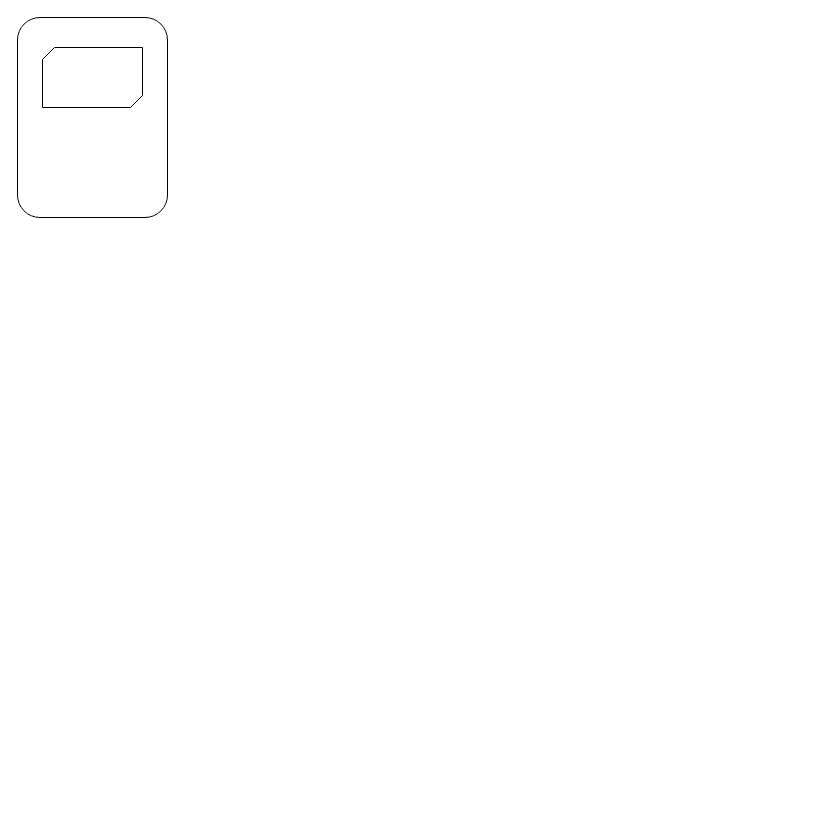
ChangHyun2/react-state-management keeps this draw.io diagram as Untitled Diagram.drawio. Above is the earlier version. Source tidied: cells renumbered, new cells numbered last; positions are measured from the earlier drawing's top-left corner, leaving out a move shared by most shapes. Both pictures are drawn from the tidied source at 100%, with x=0, y=0 at pixel (17, 17).
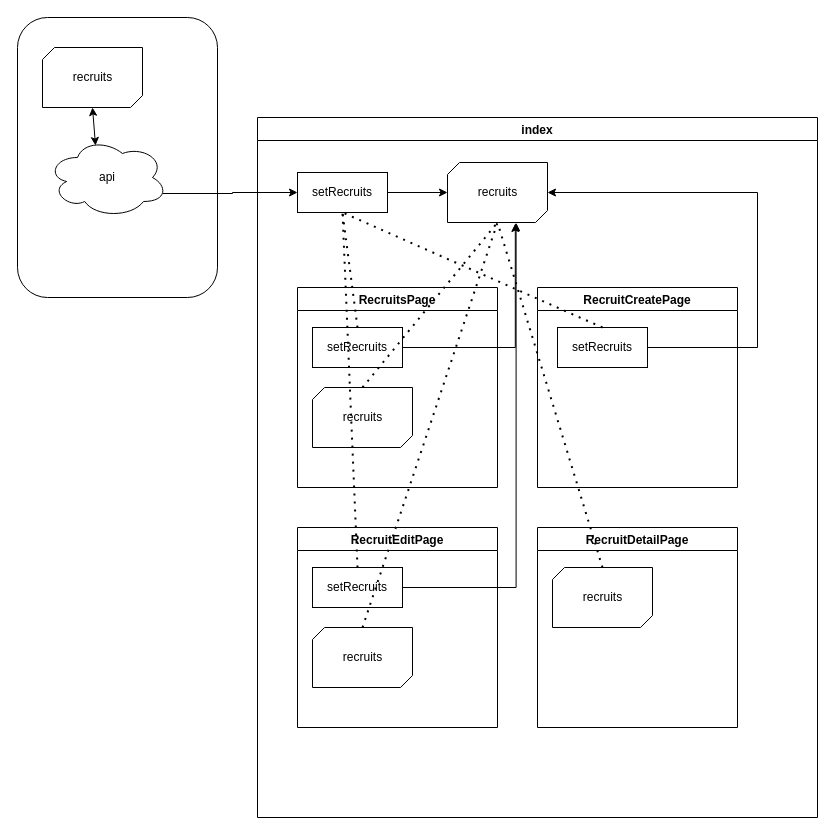
The same diagram, later.

Commit message:
prop drilling

Unchanged cells that the change refers to:
```xml
<mxCell id="3" style="verticalLabelPosition=bottom;verticalAlign=top;html=1;shape=mxgraph.basic.diag_snip_rect;dx=6;" parent="1" vertex="1">
  <mxGeometry x="25" y="30" width="100" height="60" as="geometry" />
</mxCell>
```

The edit, as a diff of the source:
```diff
@@
     <mxCell id="2" style="rounded=1;whiteSpace=wrap;html=1;" parent="1" vertex="1">
-      <mxGeometry width="150" height="200" as="geometry" />
+      <mxGeometry width="200" height="280" as="geometry" />
     </mxCell>
@@
+    <mxCell id="4" style="edgeStyle=orthogonalEdgeStyle;rounded=0;jettySize=auto;html=1;exitX=0.96;exitY=0.7;exitDx=0;exitDy=0;exitPerimeter=0;entryX=0;entryY=0.5;entryDx=0;entryDy=0;" parent="1" edge="1" source="5" target="10">
+      <mxGeometry relative="1" as="geometry" />
+    </mxCell>
+    <mxCell id="5" value="api" style="ellipse;shape=cloud;whiteSpace=wrap;html=1;" parent="1" vertex="1">
+      <mxGeometry x="30" y="120" width="120" height="80" as="geometry" />
+    </mxCell>
+    <mxCell id="6" value="recruits" style="text;html=1;align=center;verticalAlign=middle;strokeColor=none;fillColor=none;" parent="1" vertex="1">
+      <mxGeometry x="50" y="50" width="50" height="20" as="geometry" />
+    </mxCell>
+    <mxCell id="7" style="endArrow=classic;startArrow=classic;html=1;rounded=0;entryX=0.5;entryY=1;entryDx=0;entryDy=0;entryPerimeter=0;exitX=0.4;exitY=0.1;exitDx=0;exitDy=0;exitPerimeter=0;" parent="1" edge="1" source="5" target="3">
+      <mxGeometry relative="1" as="geometry" />
+    </mxCell>
+    <mxCell id="8" value="index" style="swimlane;" parent="1" vertex="1">
+      <mxGeometry x="240" y="100" width="560" height="700" as="geometry" />
+    </mxCell>
+    <mxCell id="9" style="verticalLabelPosition=bottom;verticalAlign=top;html=1;shape=mxgraph.basic.diag_snip_rect;dx=6;" parent="8" vertex="1">
+      <mxGeometry x="190" y="45" width="100" height="60" as="geometry" />
+    </mxCell>
+    <mxCell id="10" value="setRecruits" style="rounded=0;whiteSpace=wrap;html=1;" parent="8" vertex="1">
+      <mxGeometry x="40" y="55" width="90" height="40" as="geometry" />
+    </mxCell>
+    <mxCell id="11" value="recruits" style="text;html=1;align=center;verticalAlign=middle;strokeColor=none;fillColor=none;" parent="8" vertex="1">
+      <mxGeometry x="215" y="65" width="50" height="20" as="geometry" />
+    </mxCell>
+    <mxCell id="12" style="edgeStyle=orthogonalEdgeStyle;rounded=0;jettySize=auto;html=1;" parent="8" edge="1" source="10" target="9">
+      <mxGeometry relative="1" as="geometry" />
+    </mxCell>
+    <mxCell id="13" value="RecruitsPage" style="swimlane;" parent="8" vertex="1">
+      <mxGeometry x="40" y="170" width="200" height="200" as="geometry" />
+    </mxCell>
+    <mxCell id="14" value="setRecruits" style="rounded=0;whiteSpace=wrap;html=1;" parent="13" vertex="1">
+      <mxGeometry x="15" y="40" width="90" height="40" as="geometry" />
+    </mxCell>
+    <mxCell id="15" style="verticalLabelPosition=bottom;verticalAlign=top;html=1;shape=mxgraph.basic.diag_snip_rect;dx=6;" parent="13" vertex="1">
+      <mxGeometry x="15" y="100" width="100" height="60" as="geometry" />
+    </mxCell>
+    <mxCell id="16" value="recruits" style="text;html=1;align=center;verticalAlign=middle;strokeColor=none;fillColor=none;" parent="13" vertex="1">
+      <mxGeometry x="40" y="120" width="50" height="20" as="geometry" />
+    </mxCell>
+    <mxCell id="17" value="RecruitCreatePage" style="swimlane;" parent="8" vertex="1">
+      <mxGeometry x="280" y="170" width="200" height="200" as="geometry" />
+    </mxCell>
+    <mxCell id="18" value="setRecruits" style="rounded=0;whiteSpace=wrap;html=1;" parent="17" vertex="1">
+      <mxGeometry x="20" y="40" width="90" height="40" as="geometry" />
+    </mxCell>
+    <mxCell id="19" value="RecruitEditPage" style="swimlane;" parent="8" vertex="1">
+      <mxGeometry x="40" y="410" width="200" height="200" as="geometry" />
+    </mxCell>
+    <mxCell id="20" value="setRecruits" style="rounded=0;whiteSpace=wrap;html=1;" parent="19" vertex="1">
+      <mxGeometry x="15" y="40" width="90" height="40" as="geometry" />
+    </mxCell>
+    <mxCell id="21" style="verticalLabelPosition=bottom;verticalAlign=top;html=1;shape=mxgraph.basic.diag_snip_rect;dx=6;" parent="19" vertex="1">
+      <mxGeometry x="15" y="100" width="100" height="60" as="geometry" />
+    </mxCell>
+    <mxCell id="22" value="recruits" style="text;html=1;align=center;verticalAlign=middle;strokeColor=none;fillColor=none;" parent="19" vertex="1">
+      <mxGeometry x="40" y="120" width="50" height="20" as="geometry" />
+    </mxCell>
+    <mxCell id="23" value="RecruitDetailPage" style="swimlane;" parent="8" vertex="1">
+      <mxGeometry x="280" y="410" width="200" height="200" as="geometry" />
+    </mxCell>
+    <mxCell id="24" style="verticalLabelPosition=bottom;verticalAlign=top;html=1;shape=mxgraph.basic.diag_snip_rect;dx=6;" parent="23" vertex="1">
+      <mxGeometry x="15" y="40" width="100" height="60" as="geometry" />
+    </mxCell>
+    <mxCell id="25" value="recruits" style="text;html=1;align=center;verticalAlign=middle;strokeColor=none;fillColor=none;" parent="23" vertex="1">
+      <mxGeometry x="40" y="60" width="50" height="20" as="geometry" />
+    </mxCell>
+    <mxCell id="26" style="edgeStyle=orthogonalEdgeStyle;rounded=0;jettySize=auto;html=1;exitX=1;exitY=0.5;exitDx=0;exitDy=0;entryX=0.678;entryY=1.017;entryDx=0;entryDy=0;entryPerimeter=0;" parent="8" edge="1" source="14" target="9">
+      <mxGeometry relative="1" as="geometry" />
+    </mxCell>
+    <mxCell id="27" style="edgeStyle=orthogonalEdgeStyle;rounded=0;jettySize=auto;html=1;exitX=1;exitY=0.5;exitDx=0;exitDy=0;entryX=1;entryY=0.5;entryDx=0;entryDy=0;entryPerimeter=0;" parent="8" edge="1" source="18" target="9">
+      <mxGeometry relative="1" as="geometry">
+        <Array as="points">
+          <mxPoint x="500" y="230" />
+          <mxPoint x="500" y="75" />
+        </Array>
+      </mxGeometry>
+    </mxCell>
+    <mxCell id="28" style="edgeStyle=orthogonalEdgeStyle;rounded=0;jettySize=auto;html=1;exitX=1;exitY=0.5;exitDx=0;exitDy=0;entryX=0.686;entryY=1.003;entryDx=0;entryDy=0;entryPerimeter=0;" parent="8" edge="1" source="20" target="9">
+      <mxGeometry relative="1" as="geometry" />
+    </mxCell>
+    <mxCell id="29" style="endArrow=none;dashed=1;html=1;dashPattern=1 3;strokeWidth=2;rounded=0;entryX=0.5;entryY=1;entryDx=0;entryDy=0;exitX=0.5;exitY=0;exitDx=0;exitDy=0;" parent="8" edge="1" source="14" target="10">
+      <mxGeometry relative="1" as="geometry" />
+    </mxCell>
+    <mxCell id="30" style="endArrow=none;dashed=1;html=1;dashPattern=1 3;strokeWidth=2;rounded=0;entryX=0.5;entryY=1;entryDx=0;entryDy=0;exitX=0.5;exitY=0;exitDx=0;exitDy=0;" parent="8" edge="1" source="18" target="10">
+      <mxGeometry relative="1" as="geometry" />
+    </mxCell>
+    <mxCell id="31" style="endArrow=none;dashed=1;html=1;dashPattern=1 3;strokeWidth=2;rounded=0;exitX=0.5;exitY=0;exitDx=0;exitDy=0;entryX=0.5;entryY=1;entryDx=0;entryDy=0;" parent="8" edge="1" source="20" target="10">
+      <mxGeometry relative="1" as="geometry" />
+    </mxCell>
+    <mxCell id="32" style="endArrow=none;dashed=1;html=1;dashPattern=1 3;strokeWidth=2;rounded=0;entryX=0.5;entryY=1;entryDx=0;entryDy=0;exitX=0.5;exitY=0;exitDx=0;exitDy=0;entryPerimeter=0;exitPerimeter=0;" parent="8" edge="1" source="15" target="9">
+      <mxGeometry relative="1" as="geometry" />
+    </mxCell>
+    <mxCell id="33" style="endArrow=none;dashed=1;html=1;dashPattern=1 3;strokeWidth=2;rounded=0;entryX=0.5;entryY=1;entryDx=0;entryDy=0;exitX=0.5;exitY=0;exitDx=0;exitDy=0;entryPerimeter=0;exitPerimeter=0;" parent="8" edge="1" source="21" target="9">
+      <mxGeometry relative="1" as="geometry" />
+    </mxCell>
+    <mxCell id="34" style="endArrow=none;dashed=1;html=1;dashPattern=1 3;strokeWidth=2;rounded=0;entryX=0.5;entryY=1;entryDx=0;entryDy=0;exitX=0.5;exitY=0;exitDx=0;exitDy=0;entryPerimeter=0;exitPerimeter=0;" parent="8" edge="1" source="24" target="9">
+      <mxGeometry relative="1" as="geometry" />
+    </mxCell>
```
